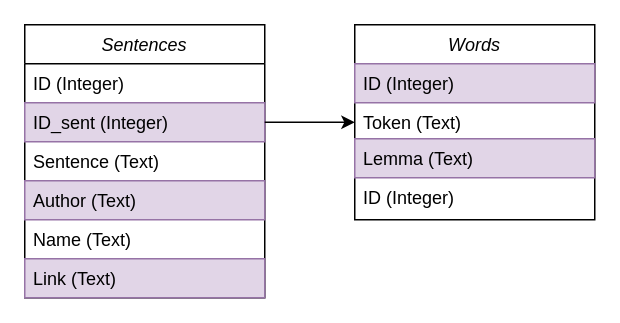
Earlier version of the draw.io diagram project_stenza.drawio (harlamovads/random-snippets-of-code). Source tidied: cells renumbered, new cells numbered last; positions are measured from the earlier drawing's top-left corner, leaving out a move shared by most shapes. Both pictures are drawn from the tidied source at 150%, with x=0, y=0 at pixel (24, 24).
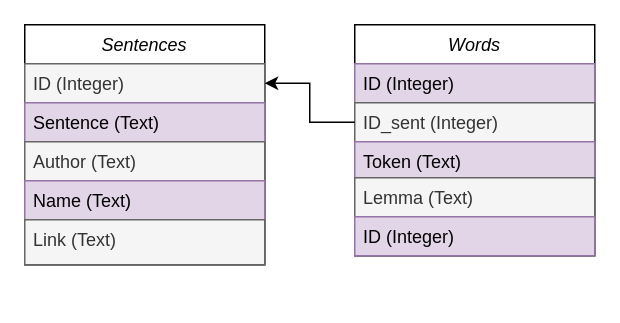
The same diagram, later.

Diff of the diagram source:
```diff
@@
 <mxGraphModel>
   <root>
     <mxCell id="0" />
     <mxCell id="1" parent="0" />
     <mxCell id="2" value="Sentences" style="swimlane;fontStyle=2;align=center;verticalAlign=top;horizontal=1;startSize=26;rounded=0;shadow=0;strokeWidth=1;" parent="1" vertex="1">
-      <mxGeometry width="160" height="182" as="geometry" />
+      <mxGeometry width="160" height="160" as="geometry" />
     </mxCell>
-    <mxCell id="3" value="ID (Integer)" style="text;align=left;verticalAlign=top;spacingLeft=4;spacingRight=4;overflow=hidden;points=[[0,0.5],[1,0.5]];portConstraint=eastwest;" parent="2" vertex="1">
+    <mxCell id="3" value="ID (Integer)" style="text;align=left;verticalAlign=top;spacingLeft=4;spacingRight=4;overflow=hidden;points=[[0,0.5],[1,0.5]];portConstraint=eastwest;fillColor=#f5f5f5;fontColor=#333333;strokeColor=#666666;" parent="2" vertex="1">
       <mxGeometry y="26" width="160" height="26" as="geometry" />
     </mxCell>
-    <mxCell id="4" value="ID_sent (Integer)" style="text;align=left;verticalAlign=top;spacingLeft=4;spacingRight=4;overflow=hidden;points=[[0,0.5],[1,0.5]];portConstraint=eastwest;rounded=0;shadow=0;html=0;fillColor=#e1d5e7;strokeColor=#9673a6;" parent="2" vertex="1">
-      <mxGeometry y="52" width="160" height="26" as="geometry" />
-    </mxCell>
-    <mxCell id="5" value="Sentence (Text)" style="text;align=left;verticalAlign=top;spacingLeft=4;spacingRight=4;overflow=hidden;rounded=0;shadow=0;html=0;" parent="2" vertex="1">
-      <mxGeometry y="78" width="160" height="26" as="geometry" />
+    <mxCell id="5" value="Sentence (Text)" style="text;align=left;verticalAlign=top;spacingLeft=4;spacingRight=4;overflow=hidden;rounded=0;shadow=0;html=0;fillColor=#e1d5e7;strokeColor=#9673a6;" parent="2" vertex="1">
+      <mxGeometry y="52" width="160" height="26" as="geometry" />
     </mxCell>
-    <mxCell id="6" value="Author (Text)" style="text;align=left;verticalAlign=top;spacingLeft=4;spacingRight=4;overflow=hidden;rounded=0;shadow=0;html=0;fillColor=#e1d5e7;strokeColor=#9673a6;" parent="2" vertex="1">
-      <mxGeometry y="104" width="160" height="26" as="geometry" />
+    <mxCell id="6" value="Author (Text)" style="text;align=left;verticalAlign=top;spacingLeft=4;spacingRight=4;overflow=hidden;rounded=0;shadow=0;html=0;fillColor=#f5f5f5;strokeColor=#666666;fontColor=#333333;" parent="2" vertex="1">
+      <mxGeometry y="78" width="160" height="26" as="geometry" />
     </mxCell>
-    <mxCell id="7" value="Name (Text)" style="text;align=left;verticalAlign=top;spacingLeft=4;spacingRight=4;overflow=hidden;rounded=0;shadow=0;html=0;" parent="2" vertex="1">
-      <mxGeometry y="130" width="160" height="26" as="geometry" />
+    <mxCell id="7" value="Name (Text)" style="text;align=left;verticalAlign=top;spacingLeft=4;spacingRight=4;overflow=hidden;rounded=0;shadow=0;html=0;fillColor=#e1d5e7;strokeColor=#9673a6;" parent="2" vertex="1">
+      <mxGeometry y="104" width="160" height="26" as="geometry" />
     </mxCell>
-    <mxCell id="8" value="Link (Text)" style="text;align=left;verticalAlign=top;spacingLeft=4;spacingRight=4;overflow=hidden;rounded=0;shadow=0;html=0;fillColor=#e1d5e7;strokeColor=#9673a6;" parent="2" vertex="1">
-      <mxGeometry y="156" width="160" height="26" as="geometry" />
+    <mxCell id="8" value="Link (Text)" style="text;align=left;verticalAlign=top;spacingLeft=4;spacingRight=4;overflow=hidden;rounded=0;shadow=0;html=0;fillColor=#f5f5f5;strokeColor=#666666;fontColor=#333333;" parent="2" vertex="1">
+      <mxGeometry y="130" width="160" height="30" as="geometry" />
     </mxCell>
     <mxCell id="9" value="Words" style="swimlane;fontStyle=2;align=center;verticalAlign=top;horizontal=1;startSize=26;rounded=0;shadow=0;strokeWidth=1;" parent="1" vertex="1">
-      <mxGeometry x="220" width="160" height="130" as="geometry" />
+      <mxGeometry x="220" width="160" height="154" as="geometry" />
     </mxCell>
     <mxCell id="10" value="ID (Integer)" style="text;align=left;verticalAlign=top;spacingLeft=4;spacingRight=4;overflow=hidden;fillColor=#e1d5e7;strokeColor=#9673a6;" parent="9" vertex="1">
       <mxGeometry y="26" width="160" height="26" as="geometry" />
     </mxCell>
+    <mxCell id="4" value="ID_sent (Integer)" style="text;align=left;verticalAlign=top;spacingLeft=4;spacingRight=4;overflow=hidden;points=[[0,0.5],[1,0.5]];portConstraint=eastwest;rounded=0;shadow=0;html=0;fillColor=#f5f5f5;fontColor=#333333;strokeColor=#666666;" parent="9" vertex="1">
+      <mxGeometry y="52" width="160" height="26" as="geometry" />
+    </mxCell>
-    <mxCell id="11" value="Token (Text)" style="text;align=left;verticalAlign=top;spacingLeft=4;spacingRight=4;overflow=hidden;rounded=0;shadow=0;html=0;" parent="9" vertex="1">
-      <mxGeometry y="52" width="160" height="24" as="geometry" />
+    <mxCell id="11" value="Token (Text)" style="text;align=left;verticalAlign=top;spacingLeft=4;spacingRight=4;overflow=hidden;rounded=0;shadow=0;html=0;fillColor=#e1d5e7;strokeColor=#9673a6;" parent="9" vertex="1">
+      <mxGeometry y="78" width="160" height="24" as="geometry" />
     </mxCell>
-    <mxCell id="12" value="Lemma (Text)" style="text;align=left;verticalAlign=top;spacingLeft=4;spacingRight=4;overflow=hidden;rounded=0;shadow=0;html=0;fillColor=#e1d5e7;strokeColor=#9673a6;" parent="9" vertex="1">
-      <mxGeometry y="76" width="160" height="26" as="geometry" />
+    <mxCell id="12" value="Lemma (Text)" style="text;align=left;verticalAlign=top;spacingLeft=4;spacingRight=4;overflow=hidden;rounded=0;shadow=0;html=0;fillColor=#f5f5f5;fontColor=#333333;strokeColor=#666666;" parent="9" vertex="1">
+      <mxGeometry y="102" width="160" height="26" as="geometry" />
     </mxCell>
-    <mxCell id="13" value="ID (Integer)" style="text;align=left;verticalAlign=top;spacingLeft=4;spacingRight=4;overflow=hidden;" parent="9" vertex="1">
-      <mxGeometry y="102" width="160" height="26" as="geometry" />
+    <mxCell id="13" value="ID (Integer)" style="text;align=left;verticalAlign=top;spacingLeft=4;spacingRight=4;overflow=hidden;fillColor=#e1d5e7;strokeColor=#9673a6;" parent="9" vertex="1">
+      <mxGeometry y="128" width="160" height="26" as="geometry" />
     </mxCell>
-    <mxCell id="14" style="edgeStyle=orthogonalEdgeStyle;rounded=0;jettySize=auto;html=1;entryX=0;entryY=0.5;entryDx=0;entryDy=0;" parent="1" edge="1" source="4">
-      <mxGeometry relative="1" as="geometry">
-        <mxPoint x="220" y="65" as="targetPoint" />
-      </mxGeometry>
-    </mxCell>
+    <mxCell id="15" style="edgeStyle=orthogonalEdgeStyle;rounded=0;jettySize=auto;html=1;entryX=1;entryY=0.5;entryDx=0;entryDy=0;" parent="1" edge="1" source="4" target="3">
+      <mxGeometry relative="1" as="geometry" />
+    </mxCell>
   </root>
 </mxGraphModel>
```
